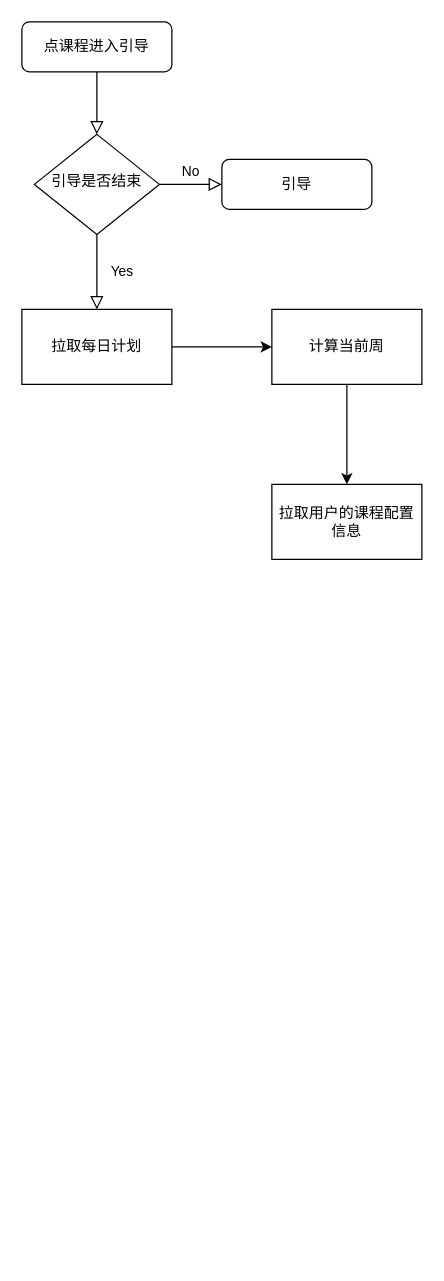
This is Untitled Diagram.drawio from lxp521125/pic, a draw.io file, before an edit. Source tidied: cells renumbered, new cells numbered last; positions are measured from the earlier drawing's top-left corner, leaving out a move shared by most shapes. Both pictures are drawn from the tidied source at 125%, with x=0, y=0 at pixel (21, 21).
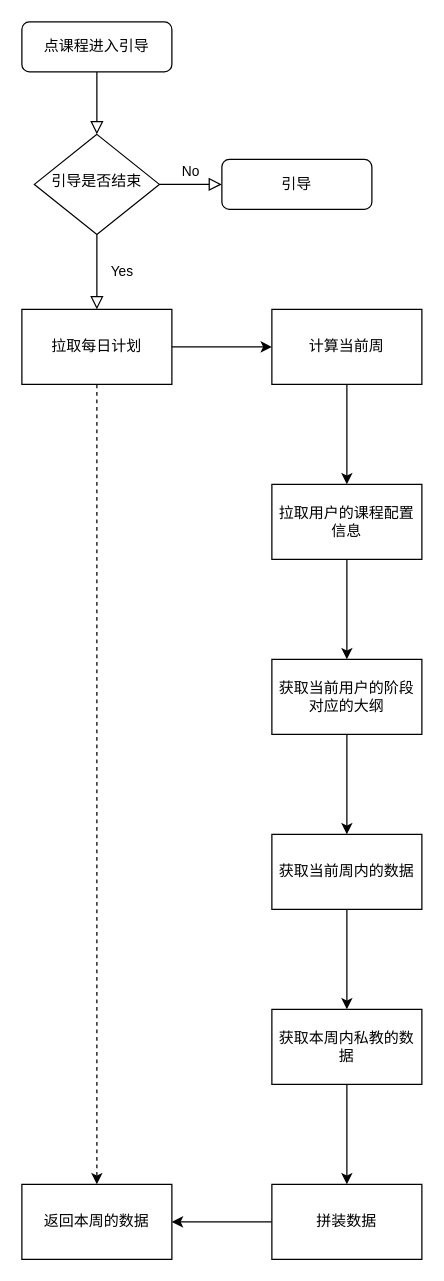
Above is the later version.

Unchanged cells that the change refers to:
```xml
<mxCell id="9" value="拉取每日计划" style="rounded=0;whiteSpace=wrap;html=1;" parent="1" vertex="1">
  <mxGeometry y="230" width="120" height="60" as="geometry" />
</mxCell>
<mxCell id="12" value="拉取用户的课程配置信息" style="rounded=0;whiteSpace=wrap;html=1;" parent="1" vertex="1">
  <mxGeometry x="200" y="370" width="120" height="60" as="geometry" />
</mxCell>
```

Diff of the diagram source:
```diff
@@
+    <mxCell id="13" style="edgeStyle=orthogonalEdgeStyle;jettySize=auto;html=1;rounded=0;dashed=1;" parent="1" edge="1" source="9" target="19">
+      <mxGeometry relative="1" as="geometry" />
+    </mxCell>
@@
+    <mxCell id="14" style="edgeStyle=orthogonalEdgeStyle;rounded=0;jettySize=auto;html=1;" parent="1" edge="1" source="12" target="16">
+      <mxGeometry relative="1" as="geometry" />
+    </mxCell>
@@
+    <mxCell id="15" style="edgeStyle=orthogonalEdgeStyle;rounded=0;jettySize=auto;html=1;" parent="1" edge="1" source="16" target="18">
+      <mxGeometry relative="1" as="geometry" />
+    </mxCell>
+    <mxCell id="16" value="获取当前用户的阶段对应的大纲" style="rounded=0;whiteSpace=wrap;html=1;" parent="1" vertex="1">
+      <mxGeometry x="200" y="510" width="120" height="60" as="geometry" />
+    </mxCell>
+    <mxCell id="17" style="edgeStyle=orthogonalEdgeStyle;rounded=0;jettySize=auto;html=1;" parent="1" edge="1" source="18" target="21">
+      <mxGeometry relative="1" as="geometry" />
+    </mxCell>
+    <mxCell id="18" value="获取当前周内的数据" style="rounded=0;whiteSpace=wrap;html=1;" parent="1" vertex="1">
+      <mxGeometry x="200" y="650" width="120" height="60" as="geometry" />
+    </mxCell>
+    <mxCell id="19" value="返回本周的数据" style="rounded=0;whiteSpace=wrap;html=1;" parent="1" vertex="1">
+      <mxGeometry y="930" width="120" height="60" as="geometry" />
+    </mxCell>
+    <mxCell id="20" style="edgeStyle=orthogonalEdgeStyle;rounded=0;jettySize=auto;html=1;strokeColor=#000000;" parent="1" edge="1" source="21" target="23">
+      <mxGeometry relative="1" as="geometry" />
+    </mxCell>
+    <mxCell id="21" value="获取本周内私教的数据" style="rounded=0;whiteSpace=wrap;html=1;" parent="1" vertex="1">
+      <mxGeometry x="200" y="790" width="120" height="60" as="geometry" />
+    </mxCell>
+    <mxCell id="22" style="edgeStyle=orthogonalEdgeStyle;rounded=0;jettySize=auto;html=1;strokeColor=#000000;" parent="1" edge="1" source="23" target="19">
+      <mxGeometry relative="1" as="geometry" />
+    </mxCell>
+    <mxCell id="23" value="拼装数据" style="rounded=0;whiteSpace=wrap;html=1;" parent="1" vertex="1">
+      <mxGeometry x="200" y="930" width="120" height="60" as="geometry" />
+    </mxCell>
```
